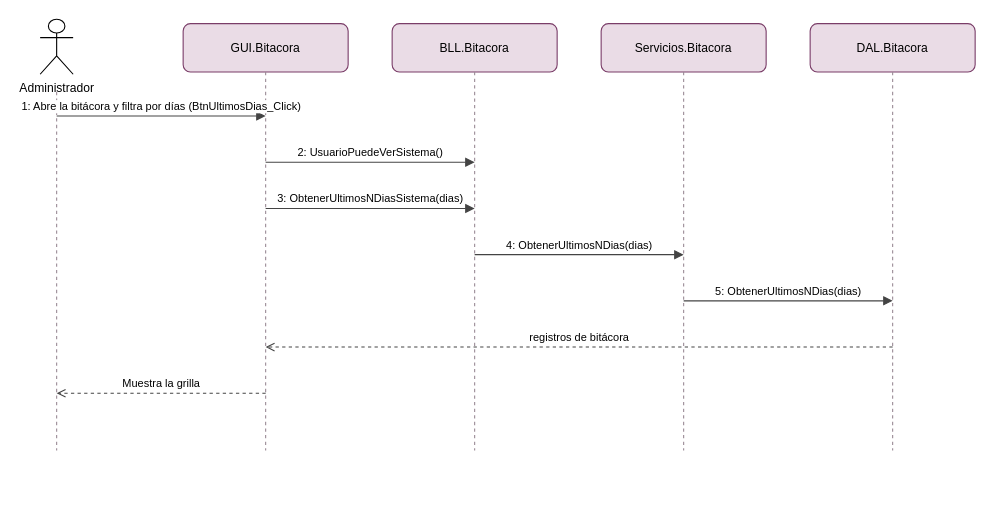
This is docs/diagramas/drawio/DSS_T06a_ConsultarBitacora.drawio from valentinamorana/Trabajo-de-Diploma, a draw.io file, before an edit. Source tidied: cells renumbered, new cells numbered last; positions are measured from the earlier drawing's top-left corner, leaving out a move shared by most shapes. Both pictures are drawn from the tidied source at 110%, with x=0, y=0 at pixel (40, 19).
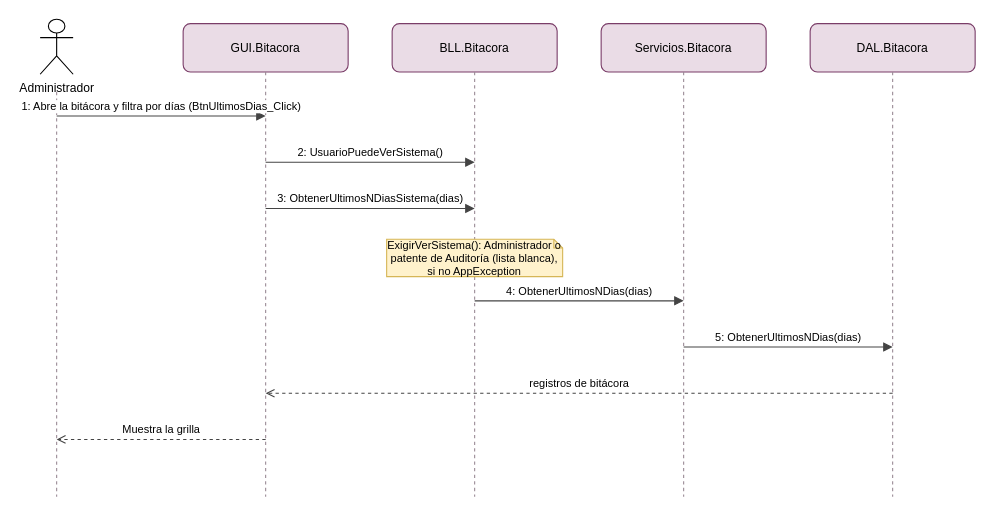
The same page after the edit.

Diff of the diagram source:
```diff
@@
     <mxCell id="3" style="endArrow=none;dashed=1;html=1;strokeColor=#9a8a96;" parent="1" edge="1">
       <mxGeometry relative="1" as="geometry">
         <mxPoint x="15" y="66" as="sourcePoint" />
-        <mxPoint x="15" y="392" as="targetPoint" />
+        <mxPoint x="15" y="434" as="targetPoint" />
       </mxGeometry>
     </mxCell>
@@
     <mxCell id="5" style="endArrow=none;dashed=1;html=1;strokeColor=#9a8a96;" parent="1" edge="1">
       <mxGeometry relative="1" as="geometry">
         <mxPoint x="205" y="48" as="sourcePoint" />
-        <mxPoint x="205" y="392" as="targetPoint" />
+        <mxPoint x="205" y="434" as="targetPoint" />
       </mxGeometry>
     </mxCell>
@@
     <mxCell id="7" style="endArrow=none;dashed=1;html=1;strokeColor=#9a8a96;" parent="1" edge="1">
       <mxGeometry relative="1" as="geometry">
         <mxPoint x="395" y="48" as="sourcePoint" />
-        <mxPoint x="395" y="392" as="targetPoint" />
+        <mxPoint x="395" y="434" as="targetPoint" />
       </mxGeometry>
     </mxCell>
@@
     <mxCell id="9" style="endArrow=none;dashed=1;html=1;strokeColor=#9a8a96;" parent="1" edge="1">
       <mxGeometry relative="1" as="geometry">
         <mxPoint x="585" y="48" as="sourcePoint" />
-        <mxPoint x="585" y="392" as="targetPoint" />
+        <mxPoint x="585" y="434" as="targetPoint" />
       </mxGeometry>
     </mxCell>
@@
     <mxCell id="11" style="endArrow=none;dashed=1;html=1;strokeColor=#9a8a96;" parent="1" edge="1">
       <mxGeometry relative="1" as="geometry">
         <mxPoint x="775" y="48" as="sourcePoint" />
-        <mxPoint x="775" y="392" as="targetPoint" />
+        <mxPoint x="775" y="434" as="targetPoint" />
       </mxGeometry>
     </mxCell>
-    <mxCell id="12" value="1: Abre la bitácora y filtra por días (BtnUltimosDias_Click)" style="html=1;verticalAlign=bottom;endArrow=block;endFill=1;fontSize=10;strokeColor=#444;" parent="1" edge="1">
-      <mxGeometry relative="1" as="geometry">
-        <mxPoint x="15" y="88" as="sourcePoint" />
-        <mxPoint x="205" y="88" as="targetPoint" />
-      </mxGeometry>
+    <mxCell id="12" value="ExigirVerSistema(): Administrador o patente de Auditoría (lista blanca), si no AppException" style="shape=note;whiteSpace=wrap;html=1;fillColor=#FFF2CC;strokeColor=#d6b656;fontSize=10;size=8;" parent="1" vertex="1">
+      <mxGeometry x="315" y="200" width="160" height="34" as="geometry" />
     </mxCell>
-    <mxCell id="13" value="2: UsuarioPuedeVerSistema()" style="html=1;verticalAlign=bottom;endArrow=block;endFill=1;fontSize=10;strokeColor=#444;" parent="1" edge="1">
+    <mxCell id="13" value="1: Abre la bitácora y filtra por días (BtnUltimosDias_Click)" style="html=1;verticalAlign=bottom;endArrow=block;endFill=1;fontSize=10;strokeColor=#444;" parent="1" edge="1">
       <mxGeometry relative="1" as="geometry">
-        <mxPoint x="205" y="130" as="sourcePoint" />
-        <mxPoint x="395" y="130" as="targetPoint" />
+        <mxPoint x="15" y="88" as="sourcePoint" />
+        <mxPoint x="205" y="88" as="targetPoint" />
       </mxGeometry>
     </mxCell>
-    <mxCell id="14" value="3: ObtenerUltimosNDiasSistema(dias)" style="html=1;verticalAlign=bottom;endArrow=block;endFill=1;fontSize=10;strokeColor=#444;" parent="1" edge="1">
+    <mxCell id="14" value="2: UsuarioPuedeVerSistema()" style="html=1;verticalAlign=bottom;endArrow=block;endFill=1;fontSize=10;strokeColor=#444;" parent="1" edge="1">
       <mxGeometry relative="1" as="geometry">
-        <mxPoint x="205" y="172" as="sourcePoint" />
-        <mxPoint x="395" y="172" as="targetPoint" />
+        <mxPoint x="205" y="130" as="sourcePoint" />
+        <mxPoint x="395" y="130" as="targetPoint" />
       </mxGeometry>
     </mxCell>
-    <mxCell id="15" value="4: ObtenerUltimosNDias(dias)" style="html=1;verticalAlign=bottom;endArrow=block;endFill=1;fontSize=10;strokeColor=#444;" parent="1" edge="1">
+    <mxCell id="15" value="3: ObtenerUltimosNDiasSistema(dias)" style="html=1;verticalAlign=bottom;endArrow=block;endFill=1;fontSize=10;strokeColor=#444;" parent="1" edge="1">
       <mxGeometry relative="1" as="geometry">
-        <mxPoint x="395" y="214" as="sourcePoint" />
-        <mxPoint x="585" y="214" as="targetPoint" />
+        <mxPoint x="205" y="172" as="sourcePoint" />
+        <mxPoint x="395" y="172" as="targetPoint" />
       </mxGeometry>
     </mxCell>
-    <mxCell id="16" value="5: ObtenerUltimosNDias(dias)" style="html=1;verticalAlign=bottom;endArrow=block;endFill=1;fontSize=10;strokeColor=#444;" parent="1" edge="1">
+    <mxCell id="16" value="4: ObtenerUltimosNDias(dias)" style="html=1;verticalAlign=bottom;endArrow=block;endFill=1;fontSize=10;strokeColor=#444;" parent="1" edge="1">
       <mxGeometry relative="1" as="geometry">
-        <mxPoint x="585" y="256" as="sourcePoint" />
-        <mxPoint x="775" y="256" as="targetPoint" />
+        <mxPoint x="395" y="256" as="sourcePoint" />
+        <mxPoint x="585" y="256" as="targetPoint" />
       </mxGeometry>
     </mxCell>
-    <mxCell id="17" value="registros de bitácora" style="html=1;verticalAlign=bottom;endArrow=open;endFill=0;dashed=1;fontSize=10;strokeColor=#444;" parent="1" edge="1">
+    <mxCell id="17" value="5: ObtenerUltimosNDias(dias)" style="html=1;verticalAlign=bottom;endArrow=block;endFill=1;fontSize=10;strokeColor=#444;" parent="1" edge="1">
       <mxGeometry relative="1" as="geometry">
-        <mxPoint x="775" y="298" as="sourcePoint" />
-        <mxPoint x="205" y="298" as="targetPoint" />
+        <mxPoint x="585" y="298" as="sourcePoint" />
+        <mxPoint x="775" y="298" as="targetPoint" />
       </mxGeometry>
     </mxCell>
-    <mxCell id="18" value="Muestra la grilla" style="html=1;verticalAlign=bottom;endArrow=open;endFill=0;dashed=1;fontSize=10;strokeColor=#444;" parent="1" edge="1">
+    <mxCell id="18" value="registros de bitácora" style="html=1;verticalAlign=bottom;endArrow=open;endFill=0;dashed=1;fontSize=10;strokeColor=#444;" parent="1" edge="1">
       <mxGeometry relative="1" as="geometry">
-        <mxPoint x="205" y="340" as="sourcePoint" />
-        <mxPoint x="15" y="340" as="targetPoint" />
+        <mxPoint x="775" y="340" as="sourcePoint" />
+        <mxPoint x="205" y="340" as="targetPoint" />
       </mxGeometry>
     </mxCell>
+    <mxCell id="19" value="Muestra la grilla" style="html=1;verticalAlign=bottom;endArrow=open;endFill=0;dashed=1;fontSize=10;strokeColor=#444;" parent="1" edge="1">
+      <mxGeometry relative="1" as="geometry">
+        <mxPoint x="205" y="382" as="sourcePoint" />
+        <mxPoint x="15" y="382" as="targetPoint" />
+      </mxGeometry>
+    </mxCell>
```
